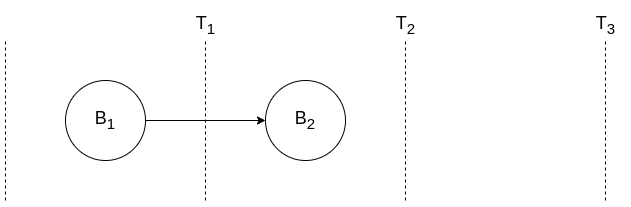
Earlier version of the draw.io export docs/images/B-chain.png (orbitdb-archive/orbit-db-nextgen). Source tidied: cells renumbered, new cells last; positions are measured from the earlier drawing's top-left corner, leaving out a move shared by most shapes.
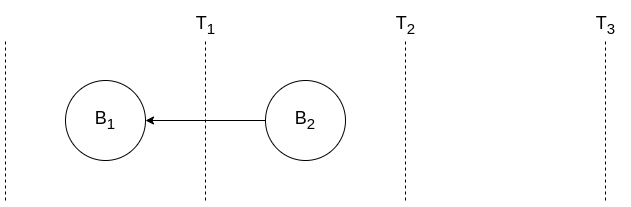
The same diagram one commit later.

What changed in the source:
```diff
@@ -8,7 +8,7 @@
     <mxCell id="3" value="&lt;font style=&quot;font-size: 18px;&quot;&gt;B&lt;sub&gt;2&lt;/sub&gt;&lt;/font&gt;" style="ellipse;whiteSpace=wrap;html=1;" parent="1" vertex="1">
       <mxGeometry x="260" y="75" width="80" height="80" as="geometry" />
     </mxCell>
-    <mxCell id="4" style="endArrow=classic;html=1;rounded=0;exitX=1;exitY=0.5;exitDx=0;exitDy=0;entryX=0;entryY=0.5;entryDx=0;entryDy=0;" parent="1" edge="1" source="2" target="3">
+    <mxCell id="4" style="endArrow=classic;html=1;rounded=0;exitX=0;exitY=0.5;exitDx=0;exitDy=0;entryX=1;entryY=0.5;entryDx=0;entryDy=0;" parent="1" edge="1" source="3" target="2">
       <mxGeometry relative="1" as="geometry" />
     </mxCell>
     <mxCell id="5" style="endArrow=none;dashed=1;html=1;rounded=0;" parent="1" edge="1">
```
